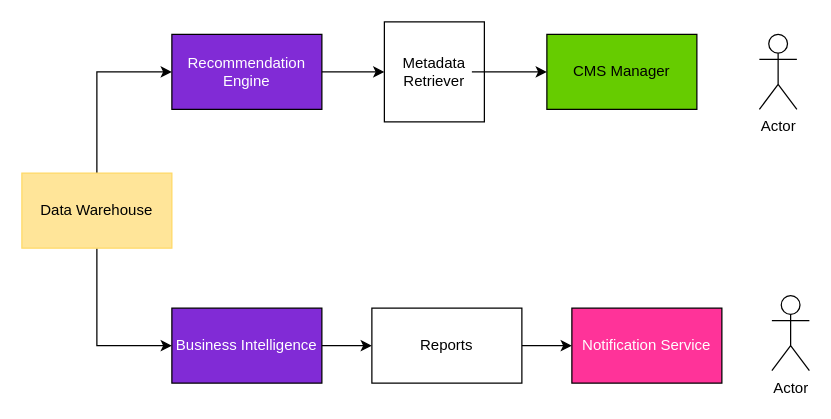
Earlier version of the draw.io diagram analysis-block.drawio (nevillio/hello-world). Source tidied: cells renumbered, new cells numbered last; positions are measured from the earlier drawing's top-left corner, leaving out a move shared by most shapes. Both pictures are drawn from the tidied source at 125%, with x=0, y=0 at pixel (21, 21).
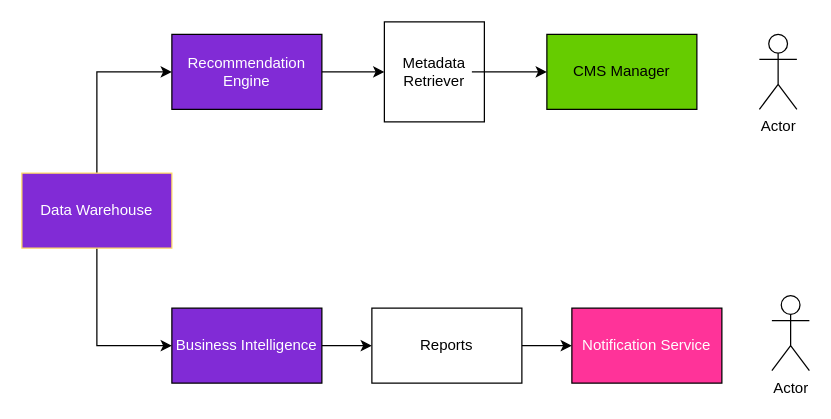
The same page after the edit.

The edit, as a diff of the source:
```diff
@@
 <mxGraphModel>
   <root>
     <mxCell id="0" />
     <mxCell id="1" parent="0" />
     <mxCell id="2" style="edgeStyle=orthogonalEdgeStyle;rounded=0;jettySize=auto;html=1;entryX=0;entryY=0.5;entryDx=0;entryDy=0;" parent="1" edge="1" source="4" target="6">
       <mxGeometry relative="1" as="geometry" />
     </mxCell>
     <mxCell id="3" style="edgeStyle=orthogonalEdgeStyle;rounded=0;jettySize=auto;html=1;entryX=0;entryY=0.5;entryDx=0;entryDy=0;" parent="1" edge="1" source="4" target="11">
       <mxGeometry relative="1" as="geometry" />
     </mxCell>
-    <mxCell id="4" value="Data Warehouse" style="rounded=0;whiteSpace=wrap;html=1;fillColor=#FFE599;strokeColor=#FFD966;" parent="1" vertex="1">
+    <mxCell id="4" value="&lt;font color=&quot;#ffffff&quot;&gt;Data Warehouse&lt;/font&gt;" style="rounded=0;whiteSpace=wrap;html=1;fillColor=#812BD6;strokeColor=#FFD966;" parent="1" vertex="1">
       <mxGeometry y="121" width="120" height="60" as="geometry" />
     </mxCell>
     <mxCell id="5" style="edgeStyle=orthogonalEdgeStyle;rounded=0;jettySize=auto;html=1;" parent="1" edge="1" source="6" target="7">
       <mxGeometry relative="1" as="geometry" />
     </mxCell>
     <mxCell id="6" value="&lt;font color=&quot;#ffffff&quot;&gt;Recommendation Engine&lt;/font&gt;" style="rounded=0;whiteSpace=wrap;html=1;fillColor=#812BD6;" parent="1" vertex="1">
       <mxGeometry x="120" y="10" width="120" height="60" as="geometry" />
     </mxCell>
     <mxCell id="7" value="Metadata Retriever" style="whiteSpace=wrap;html=1;" parent="1" vertex="1">
       <mxGeometry x="290" width="80" height="80" as="geometry" />
     </mxCell>
     <mxCell id="8" value="CMS Manager" style="rounded=0;whiteSpace=wrap;html=1;fillColor=#66CC00;" parent="1" vertex="1">
       <mxGeometry x="420" y="10" width="120" height="60" as="geometry" />
     </mxCell>
     <mxCell id="9" value="Actor" style="shape=umlActor;verticalLabelPosition=bottom;verticalAlign=top;html=1;" parent="1" vertex="1">
       <mxGeometry x="590" y="10" width="30" height="60" as="geometry" />
     </mxCell>
     <mxCell id="10" style="edgeStyle=orthogonalEdgeStyle;rounded=0;jettySize=auto;html=1;" parent="1" edge="1" source="11" target="13">
       <mxGeometry relative="1" as="geometry" />
     </mxCell>
     <mxCell id="11" value="&lt;font color=&quot;#ffffff&quot;&gt;Business Intelligence&lt;/font&gt;" style="rounded=0;whiteSpace=wrap;html=1;fillColor=#812BD6;" parent="1" vertex="1">
       <mxGeometry x="120" y="229" width="120" height="60" as="geometry" />
     </mxCell>
     <mxCell id="12" style="edgeStyle=orthogonalEdgeStyle;rounded=0;jettySize=auto;html=1;" parent="1" edge="1" source="13" target="14">
       <mxGeometry relative="1" as="geometry" />
     </mxCell>
     <mxCell id="13" value="Reports" style="rounded=0;whiteSpace=wrap;html=1;" parent="1" vertex="1">
       <mxGeometry x="280" y="229" width="120" height="60" as="geometry" />
     </mxCell>
     <mxCell id="14" value="&lt;font color=&quot;#ffffff&quot;&gt;Notification Service&lt;/font&gt;" style="rounded=0;whiteSpace=wrap;html=1;fillColor=#FF3399;" parent="1" vertex="1">
       <mxGeometry x="440" y="229" width="120" height="60" as="geometry" />
     </mxCell>
     <mxCell id="15" value="Actor" style="shape=umlActor;verticalLabelPosition=bottom;verticalAlign=top;html=1;" parent="1" vertex="1">
       <mxGeometry x="600" y="219" width="30" height="60" as="geometry" />
     </mxCell>
     <mxCell id="16" style="edgeStyle=orthogonalEdgeStyle;rounded=0;orthogonalLoop=1;jettySize=auto;html=1;" parent="1" edge="1">
       <mxGeometry relative="1" as="geometry">
         <mxPoint x="360" y="40" as="sourcePoint" />
         <mxPoint x="420" y="40" as="targetPoint" />
       </mxGeometry>
     </mxCell>
   </root>
 </mxGraphModel>
```
